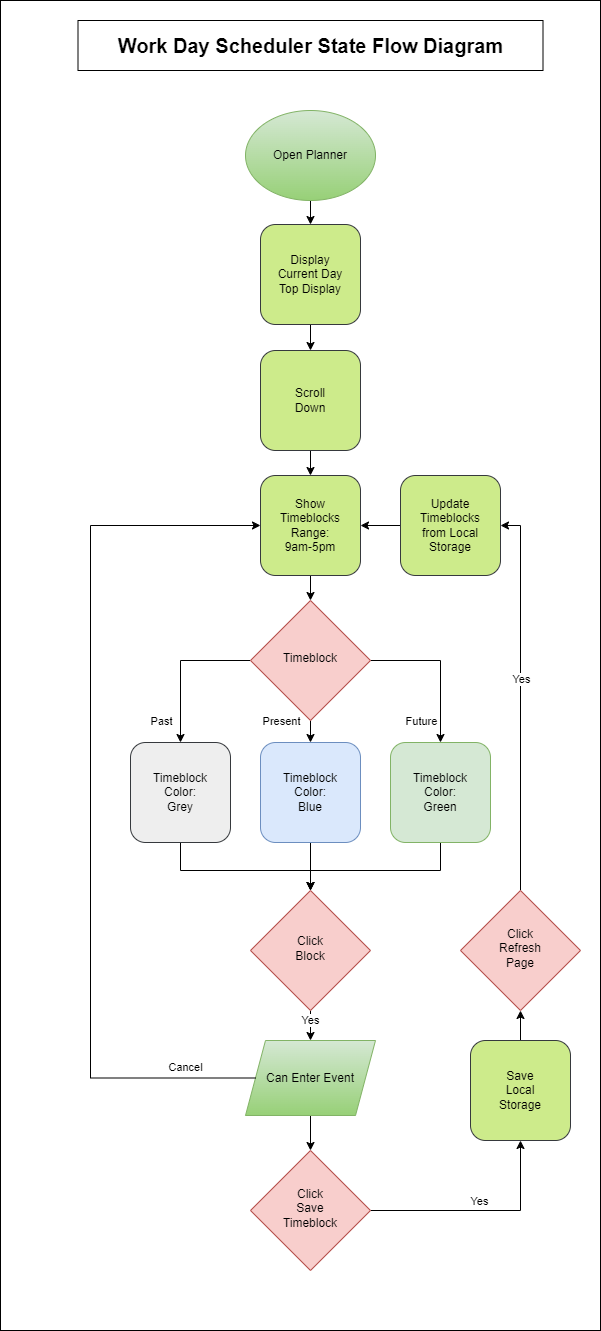
This is assets/img/Work Day Scheduler State Diagram v1.png from naturuplift/WorkDayScheduler, a draw.io export, as it was before one commit. Source tidied: cells renumbered, new cells last; positions are measured from the earlier drawing's top-left corner, leaving out a move shared by most shapes.
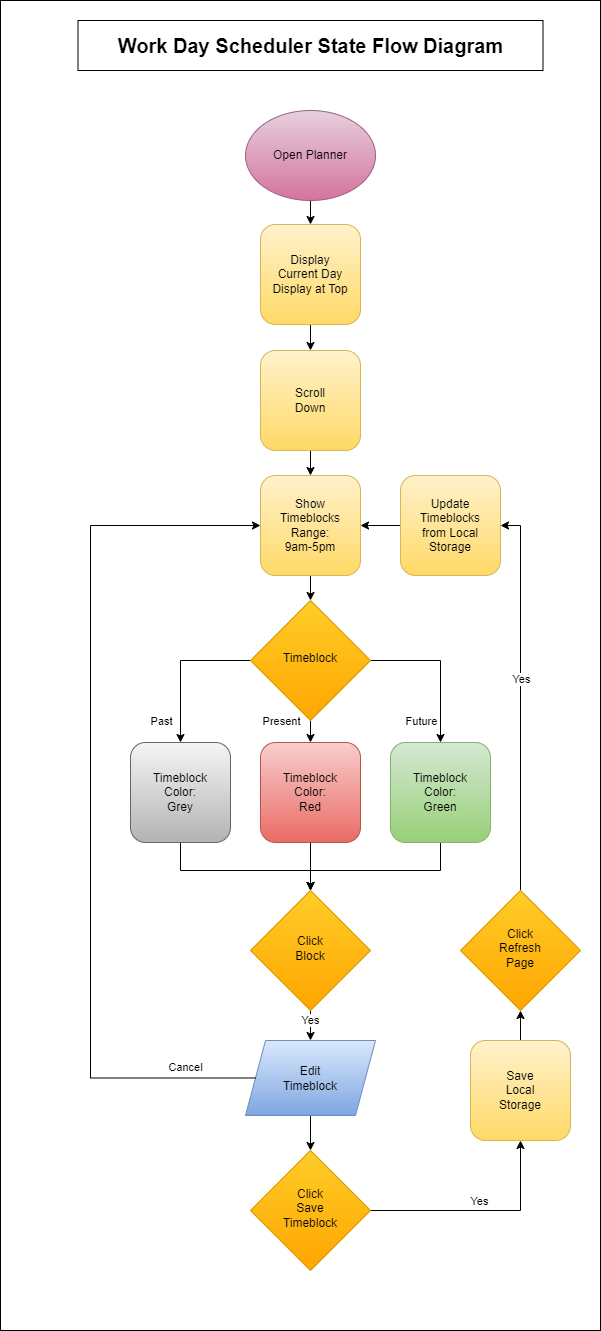
The same file after the commit.

Commit message:
edited state diagram

Change to the diagram source:
```diff
@@ -32,7 +32,7 @@
         <mxPoint x="-19" y="55" as="offset" />
       </mxGeometry>
     </mxCell>
-    <mxCell id="10" value="Timeblock" style="rhombus;whiteSpace=wrap;html=1;shadow=0;fontFamily=Helvetica;fontSize=12;align=center;strokeWidth=1;spacing=6;spacingTop=-4;fillColor=#f8cecc;strokeColor=#b85450;" parent="1" vertex="1">
+    <mxCell id="10" value="Timeblock" style="rhombus;whiteSpace=wrap;html=1;shadow=0;fontFamily=Helvetica;fontSize=12;align=center;strokeWidth=1;spacing=6;spacingTop=-4;fillColor=#ffcd28;strokeColor=#d79b00;gradientColor=#ffa500;" parent="1" vertex="1">
       <mxGeometry x="250" y="600" width="120" height="120" as="geometry" />
     </mxCell>
     <mxCell id="11" style="edgeStyle=orthogonalEdgeStyle;rounded=0;jettySize=auto;html=1;exitX=0.5;exitY=1;exitDx=0;exitDy=0;entryX=0.5;entryY=0;entryDx=0;entryDy=0;" parent="1" edge="1" source="13" target="23">
@@ -41,19 +41,19 @@
     <mxCell id="12" value="Yes" style="edgeLabel;html=1;align=center;verticalAlign=middle;" parent="11" vertex="1">
       <mxGeometry x="-0.4" y="-1" relative="1" as="geometry" />
     </mxCell>
-    <mxCell id="13" value="Click&lt;br&gt;Block" style="rhombus;whiteSpace=wrap;html=1;shadow=0;fontFamily=Helvetica;fontSize=12;align=center;strokeWidth=1;spacing=6;spacingTop=-4;fillColor=#f8cecc;strokeColor=#b85450;" parent="1" vertex="1">
+    <mxCell id="13" value="Click&lt;br&gt;Block" style="rhombus;whiteSpace=wrap;html=1;shadow=0;fontFamily=Helvetica;fontSize=12;align=center;strokeWidth=1;spacing=6;spacingTop=-4;fillColor=#ffcd28;strokeColor=#d79b00;gradientColor=#ffa500;" parent="1" vertex="1">
       <mxGeometry x="250" y="890" width="120" height="120" as="geometry" />
     </mxCell>
     <mxCell id="14" style="edgeStyle=orthogonalEdgeStyle;rounded=0;jettySize=auto;html=1;exitX=0.5;exitY=1;exitDx=0;exitDy=0;entryX=0.5;entryY=0;entryDx=0;entryDy=0;" parent="1" edge="1" source="15" target="17">
       <mxGeometry relative="1" as="geometry" />
     </mxCell>
-    <mxCell id="15" value="Scroll&lt;br&gt;Down" style="rounded=1;whiteSpace=wrap;html=1;fontSize=12;glass=0;strokeWidth=1;shadow=0;fillColor=#cdeb8b;strokeColor=#36393d;" parent="1" vertex="1">
+    <mxCell id="15" value="Scroll&lt;br&gt;Down" style="rounded=1;whiteSpace=wrap;html=1;fontSize=12;glass=0;strokeWidth=1;shadow=0;fillColor=#fff2cc;strokeColor=#d6b656;gradientColor=#ffd966;" parent="1" vertex="1">
       <mxGeometry x="260" y="350" width="100" height="100" as="geometry" />
     </mxCell>
     <mxCell id="16" style="edgeStyle=orthogonalEdgeStyle;rounded=0;jettySize=auto;html=1;exitX=0.5;exitY=1;exitDx=0;exitDy=0;entryX=0.5;entryY=0;entryDx=0;entryDy=0;" parent="1" edge="1" source="17" target="10">
       <mxGeometry relative="1" as="geometry" />
     </mxCell>
-    <mxCell id="17" value="Show&lt;br&gt;Timeblocks&lt;br&gt;Range:&lt;br&gt;9am-5pm" style="rounded=1;whiteSpace=wrap;html=1;fontSize=12;glass=0;strokeWidth=1;shadow=0;fillColor=#cdeb8b;strokeColor=#36393d;" parent="1" vertex="1">
+    <mxCell id="17" value="Show&lt;br&gt;Timeblocks&lt;br&gt;Range:&lt;br&gt;9am-5pm" style="rounded=1;whiteSpace=wrap;html=1;fontSize=12;glass=0;strokeWidth=1;shadow=0;fillColor=#fff2cc;strokeColor=#d6b656;gradientColor=#ffd966;" parent="1" vertex="1">
       <mxGeometry x="260" y="475" width="100" height="100" as="geometry" />
     </mxCell>
     <mxCell id="18" value="&lt;b&gt;&lt;font style=&quot;font-size: 20px;&quot;&gt;Work Day Scheduler State Flow Diagram&lt;/font&gt;&lt;/b&gt;" style="rounded=0;whiteSpace=wrap;html=1;" parent="1" vertex="1">
@@ -62,16 +62,16 @@
     <mxCell id="19" style="edgeStyle=orthogonalEdgeStyle;rounded=0;jettySize=auto;html=1;exitX=0.5;exitY=1;exitDx=0;exitDy=0;entryX=0.5;entryY=0;entryDx=0;entryDy=0;" parent="1" edge="1" source="20" target="15">
       <mxGeometry relative="1" as="geometry" />
     </mxCell>
-    <mxCell id="20" value="Display&lt;br&gt;Current Day&lt;br&gt;Top Display" style="rounded=1;whiteSpace=wrap;html=1;fontSize=12;glass=0;strokeWidth=1;shadow=0;fillColor=#cdeb8b;strokeColor=#36393d;" parent="1" vertex="1">
+    <mxCell id="20" value="Display&lt;br&gt;Current Day&lt;br&gt;Display at Top" style="rounded=1;whiteSpace=wrap;html=1;fontSize=12;glass=0;strokeWidth=1;shadow=0;fillColor=#fff2cc;strokeColor=#d6b656;gradientColor=#ffd966;" parent="1" vertex="1">
       <mxGeometry x="260" y="224" width="100" height="100" as="geometry" />
     </mxCell>
-    <mxCell id="21" value="Open Planner" style="ellipse;whiteSpace=wrap;html=1;fillColor=#d5e8d4;strokeColor=#82b366;gradientColor=#97d077;" parent="1" vertex="1">
+    <mxCell id="21" value="Open Planner" style="ellipse;whiteSpace=wrap;html=1;fillColor=#e6d0de;strokeColor=#996185;gradientColor=#d5739d;" parent="1" vertex="1">
       <mxGeometry x="245" y="110" width="130" height="90" as="geometry" />
     </mxCell>
     <mxCell id="22" style="edgeStyle=orthogonalEdgeStyle;rounded=0;jettySize=auto;html=1;exitX=0.5;exitY=1;exitDx=0;exitDy=0;entryX=0.5;entryY=0;entryDx=0;entryDy=0;" parent="1" edge="1" source="23" target="36">
       <mxGeometry relative="1" as="geometry" />
     </mxCell>
-    <mxCell id="23" value="Can&amp;nbsp;Enter Event" style="shape=parallelogram;perimeter=parallelogramPerimeter;whiteSpace=wrap;html=1;fixedSize=1;fillColor=#d5e8d4;strokeColor=#82b366;gradientColor=#97d077;" parent="1" vertex="1">
+    <mxCell id="23" value="Edit&lt;br&gt;Timeblock" style="shape=parallelogram;perimeter=parallelogramPerimeter;whiteSpace=wrap;html=1;fixedSize=1;fillColor=#dae8fc;strokeColor=#6c8ebf;gradientColor=#7ea6e0;" parent="1" vertex="1">
       <mxGeometry x="245" y="1040" width="130" height="75" as="geometry" />
     </mxCell>
     <mxCell id="24" style="edgeStyle=orthogonalEdgeStyle;rounded=0;jettySize=auto;html=1;exitX=0.5;exitY=1;exitDx=0;exitDy=0;entryX=0.5;entryY=0;entryDx=0;entryDy=0;" parent="1" edge="1" source="25" target="13">
@@ -82,13 +82,13 @@
         </Array>
       </mxGeometry>
     </mxCell>
-    <mxCell id="25" value="Timeblock&lt;br&gt;Color:&lt;br&gt;Grey" style="rounded=1;whiteSpace=wrap;html=1;fontSize=12;glass=0;strokeWidth=1;shadow=0;fillColor=#eeeeee;strokeColor=#36393d;" parent="1" vertex="1">
+    <mxCell id="25" value="Timeblock&lt;br&gt;Color:&lt;br&gt;Grey" style="rounded=1;whiteSpace=wrap;html=1;fontSize=12;glass=0;strokeWidth=1;shadow=0;fillColor=#f5f5f5;strokeColor=#666666;gradientColor=#b3b3b3;" parent="1" vertex="1">
       <mxGeometry x="130" y="742" width="100" height="100" as="geometry" />
     </mxCell>
     <mxCell id="26" style="edgeStyle=orthogonalEdgeStyle;rounded=0;jettySize=auto;html=1;exitX=0.5;exitY=1;exitDx=0;exitDy=0;entryX=0.5;entryY=0;entryDx=0;entryDy=0;" parent="1" edge="1" source="27" target="13">
       <mxGeometry relative="1" as="geometry" />
     </mxCell>
-    <mxCell id="27" value="Timeblock&lt;br&gt;Color:&lt;br&gt;Blue" style="rounded=1;whiteSpace=wrap;html=1;fontSize=12;glass=0;strokeWidth=1;shadow=0;fillColor=#dae8fc;strokeColor=#6c8ebf;" parent="1" vertex="1">
+    <mxCell id="27" value="Timeblock&lt;br&gt;Color:&lt;br&gt;Red" style="rounded=1;whiteSpace=wrap;html=1;fontSize=12;glass=0;strokeWidth=1;shadow=0;fillColor=#f8cecc;strokeColor=#b85450;gradientColor=#ea6b66;" parent="1" vertex="1">
       <mxGeometry x="260" y="742" width="100" height="100" as="geometry" />
     </mxCell>
     <mxCell id="28" style="edgeStyle=orthogonalEdgeStyle;rounded=0;jettySize=auto;html=1;exitX=0.5;exitY=1;exitDx=0;exitDy=0;entryX=0.5;entryY=0;entryDx=0;entryDy=0;" parent="1" edge="1" source="29" target="13">
@@ -99,13 +99,13 @@
         </Array>
       </mxGeometry>
     </mxCell>
-    <mxCell id="29" value="Timeblock&lt;br&gt;Color:&lt;br&gt;Green" style="rounded=1;whiteSpace=wrap;html=1;fontSize=12;glass=0;strokeWidth=1;shadow=0;fillColor=#d5e8d4;strokeColor=#82b366;" parent="1" vertex="1">
+    <mxCell id="29" value="Timeblock&lt;br&gt;Color:&lt;br&gt;Green" style="rounded=1;whiteSpace=wrap;html=1;fontSize=12;glass=0;strokeWidth=1;shadow=0;fillColor=#d5e8d4;strokeColor=#82b366;gradientColor=#97d077;" parent="1" vertex="1">
       <mxGeometry x="390" y="742" width="100" height="100" as="geometry" />
     </mxCell>
     <mxCell id="30" style="edgeStyle=orthogonalEdgeStyle;rounded=0;jettySize=auto;html=1;exitX=0.5;exitY=0;exitDx=0;exitDy=0;entryX=0.5;entryY=1;entryDx=0;entryDy=0;" parent="1" edge="1" source="31" target="41">
       <mxGeometry relative="1" as="geometry" />
     </mxCell>
-    <mxCell id="31" value="Save&lt;br&gt;Local&lt;br&gt;Storage" style="rounded=1;whiteSpace=wrap;html=1;fontSize=12;glass=0;strokeWidth=1;shadow=0;fillColor=#cdeb8b;strokeColor=#36393d;" parent="1" vertex="1">
+    <mxCell id="31" value="Save&lt;br&gt;Local&lt;br&gt;Storage" style="rounded=1;whiteSpace=wrap;html=1;fontSize=12;glass=0;strokeWidth=1;shadow=0;fillColor=#fff2cc;strokeColor=#d6b656;gradientColor=#ffd966;" parent="1" vertex="1">
       <mxGeometry x="470" y="1040" width="100" height="100" as="geometry" />
     </mxCell>
     <mxCell id="32" style="edgeStyle=orthogonalEdgeStyle;rounded=0;jettySize=auto;html=1;exitX=0;exitY=0.5;exitDx=0;exitDy=0;entryX=0;entryY=0.5;entryDx=0;entryDy=0;" parent="1" edge="1" source="23" target="17">
@@ -129,13 +129,13 @@
         <mxPoint x="-6" y="-11" as="offset" />
       </mxGeometry>
     </mxCell>
-    <mxCell id="36" value="Click&lt;br&gt;Save&lt;br&gt;Timeblock" style="rhombus;whiteSpace=wrap;html=1;shadow=0;fontFamily=Helvetica;fontSize=12;align=center;strokeWidth=1;spacing=6;spacingTop=-4;fillColor=#f8cecc;strokeColor=#b85450;" parent="1" vertex="1">
+    <mxCell id="36" value="Click&lt;br&gt;Save&lt;br&gt;Timeblock" style="rhombus;whiteSpace=wrap;html=1;shadow=0;fontFamily=Helvetica;fontSize=12;align=center;strokeWidth=1;spacing=6;spacingTop=-4;fillColor=#ffcd28;strokeColor=#d79b00;gradientColor=#ffa500;" parent="1" vertex="1">
       <mxGeometry x="250" y="1150" width="120" height="120" as="geometry" />
     </mxCell>
     <mxCell id="37" style="edgeStyle=orthogonalEdgeStyle;rounded=0;jettySize=auto;html=1;exitX=0;exitY=0.5;exitDx=0;exitDy=0;entryX=1;entryY=0.5;entryDx=0;entryDy=0;" parent="1" edge="1" source="38" target="17">
       <mxGeometry relative="1" as="geometry" />
     </mxCell>
-    <mxCell id="38" value="Update&lt;br&gt;Timeblocks&lt;br&gt;from Local&lt;br&gt;Storage" style="rounded=1;whiteSpace=wrap;html=1;fontSize=12;glass=0;strokeWidth=1;shadow=0;fillColor=#cdeb8b;strokeColor=#36393d;" parent="1" vertex="1">
+    <mxCell id="38" value="Update&lt;br&gt;Timeblocks&lt;br&gt;from Local&lt;br&gt;Storage" style="rounded=1;whiteSpace=wrap;html=1;fontSize=12;glass=0;strokeWidth=1;shadow=0;fillColor=#fff2cc;strokeColor=#d6b656;gradientColor=#ffd966;" parent="1" vertex="1">
       <mxGeometry x="400" y="475" width="100" height="100" as="geometry" />
     </mxCell>
     <mxCell id="39" style="edgeStyle=orthogonalEdgeStyle;rounded=0;jettySize=auto;html=1;exitX=0.5;exitY=0;exitDx=0;exitDy=0;entryX=1;entryY=0.5;entryDx=0;entryDy=0;" parent="1" edge="1" source="41" target="38">
@@ -144,7 +144,7 @@
     <mxCell id="40" value="Yes" style="edgeLabel;html=1;align=center;verticalAlign=middle;" parent="39" vertex="1">
       <mxGeometry x="0.1" relative="1" as="geometry" />
     </mxCell>
-    <mxCell id="41" value="Click&lt;br&gt;Refresh&lt;br&gt;Page" style="rhombus;whiteSpace=wrap;html=1;shadow=0;fontFamily=Helvetica;fontSize=12;align=center;strokeWidth=1;spacing=6;spacingTop=-4;fillColor=#f8cecc;strokeColor=#b85450;" parent="1" vertex="1">
+    <mxCell id="41" value="Click&lt;br&gt;Refresh&lt;br&gt;Page" style="rhombus;whiteSpace=wrap;html=1;shadow=0;fontFamily=Helvetica;fontSize=12;align=center;strokeWidth=1;spacing=6;spacingTop=-4;fillColor=#ffcd28;strokeColor=#d79b00;gradientColor=#ffa500;" parent="1" vertex="1">
       <mxGeometry x="460" y="890" width="120" height="120" as="geometry" />
     </mxCell>
   </root>
```
